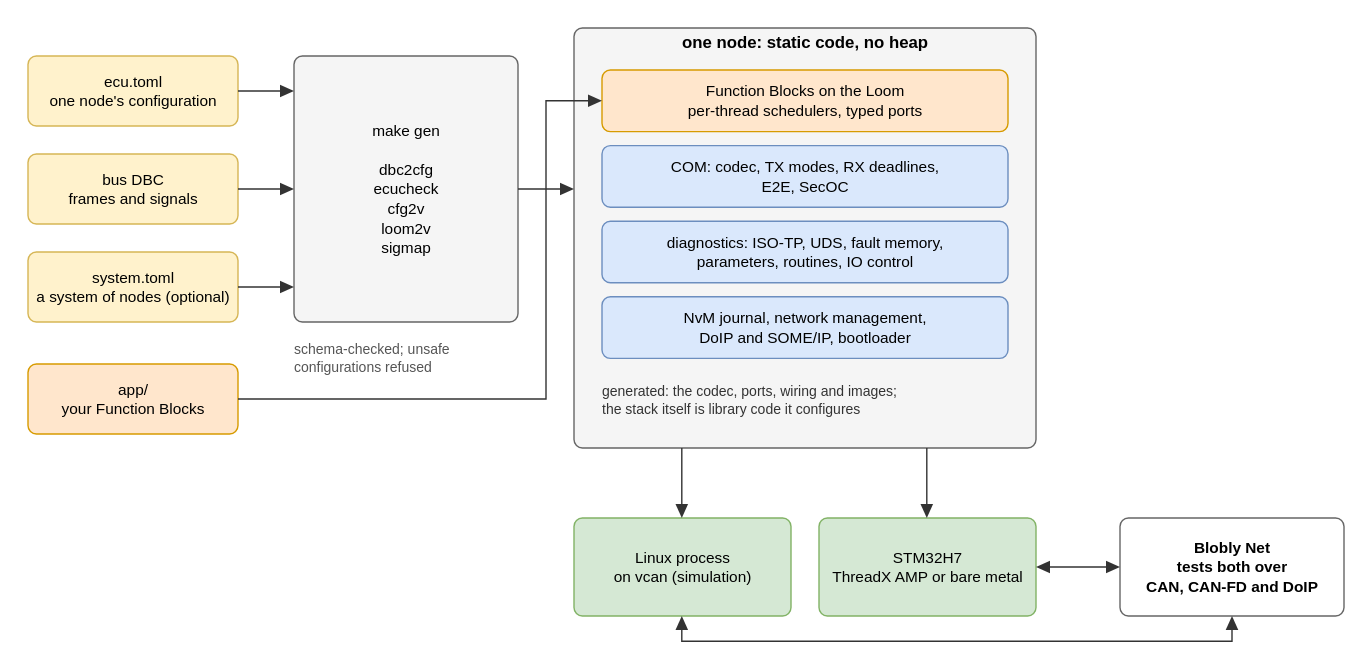
This is docs/overview.drawio.svg from MartenH/blobly_emb, a draw.io export, as it was before one commit. Source tidied: cells renumbered, new cells last; positions are measured from the earlier drawing's top-left corner, leaving out a move shared by most shapes.
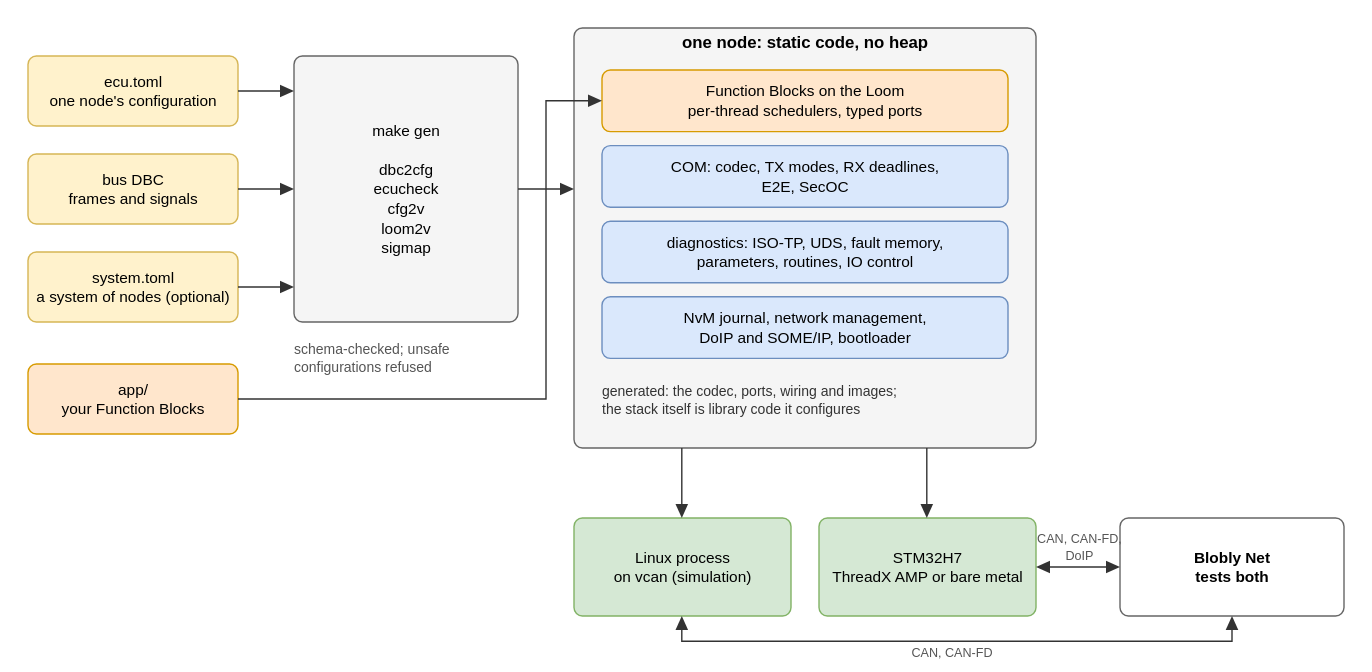
The same file after the commit.

What changed in the source:
```diff
@@ -90,7 +90,7 @@
         <mxPoint x="642" y="350" as="targetPoint" />
       </mxGeometry>
     </mxCell>
-    <mxCell id="23" value="Blobly Net&#10;tests both over&#10;CAN, CAN-FD and DoIP" style="rounded=1;absoluteArcSize=1;arcSize=12;html=0;whiteSpace=wrap;fillColor=#ffffff;strokeColor=#666666;fontSize=11;fontColor=#000000;fontStyle=1;" parent="1" vertex="1">
+    <mxCell id="23" value="Blobly Net&#10;tests both" style="rounded=1;absoluteArcSize=1;arcSize=12;html=0;whiteSpace=wrap;fillColor=#ffffff;strokeColor=#666666;fontSize=11;fontColor=#000000;fontStyle=1;" parent="1" vertex="1">
       <mxGeometry x="780" y="350" width="160" height="70" as="geometry" />
     </mxCell>
     <mxCell id="24" style="edgeStyle=none;html=0;rounded=0;strokeColor=#333333;endArrow=block;endFill=1;endSize=8;startArrow=block;startFill=1;startSize=8;" parent="1" edge="1">
@@ -99,15 +99,21 @@
         <mxPoint x="720" y="385" as="targetPoint" />
       </mxGeometry>
     </mxCell>
-    <mxCell id="25" style="edgeStyle=none;html=0;rounded=0;strokeColor=#333333;endArrow=block;endFill=1;endSize=8;startArrow=block;startFill=1;startSize=8;" parent="1" edge="1">
-      <mxGeometry relative="1" as="geometry">
-        <mxPoint x="860" y="420" as="sourcePoint" />
-        <mxPoint x="467" y="420" as="targetPoint" />
-        <Array as="points">
-          <mxPoint x="860" y="438" />
-          <mxPoint x="467" y="438" />
-        </Array>
-      </mxGeometry>
-    </mxCell>
+    <mxCell id="26" value="CAN, CAN-FD,&#10;DoIP" style="text;html=0;strokeColor=none;fillColor=none;align=center;verticalAlign=middle;fontSize=9;fontColor=#555555;spacingLeft=0;spacingTop=0;" parent="1" vertex="1">
+      <mxGeometry x="722" y="360" width="58" height="22" as="geometry" />
+    </mxCell>
+    <mxCell id="27" style="edgeStyle=none;html=0;rounded=0;strokeColor=#333333;endArrow=block;endFill=1;endSize=8;startArrow=block;startFill=1;startSize=8;" parent="1" edge="1">
+      <mxGeometry relative="1" as="geometry">
+        <mxPoint x="860" y="420" as="sourcePoint" />
+        <mxPoint x="467" y="420" as="targetPoint" />
+        <Array as="points">
+          <mxPoint x="860" y="438" />
+          <mxPoint x="467" y="438" />
+        </Array>
+      </mxGeometry>
+    </mxCell>
+    <mxCell id="28" value="CAN, CAN-FD" style="text;html=0;strokeColor=none;fillColor=none;align=center;verticalAlign=middle;fontSize=9;fontColor=#555555;spacingLeft=0;spacingTop=0;" parent="1" vertex="1">
+      <mxGeometry x="580" y="439" width="160" height="14" as="geometry" />
+    </mxCell>
   </root>
 </mxGraphModel>
```
